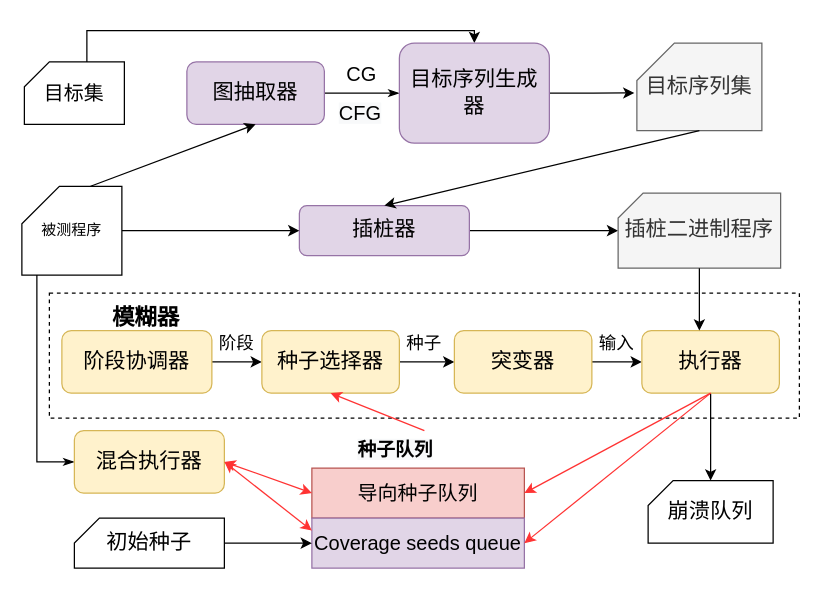
The draw.io diagram Untitled Diagram.drawio in cxlzff/cxlmall, before the edit. Source tidied: cells renumbered, new cells numbered last; positions are measured from the earlier drawing's top-left corner, leaving out a move shared by most shapes. Both pictures are drawn from the tidied source at 125%, with x=0, y=0 at pixel (21, 30).
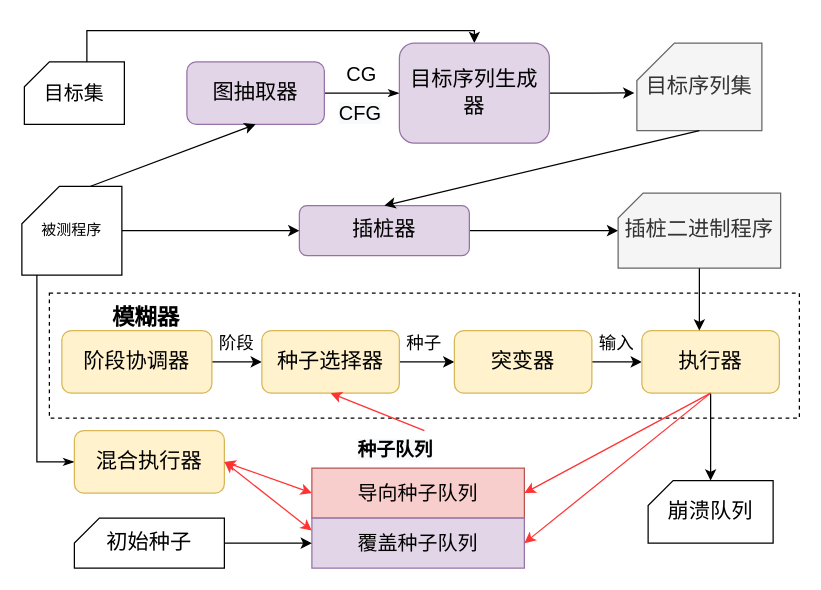
After the change.

Change to the diagram source:
```diff
@@
-    <mxCell id="31" value="&lt;span&gt;&lt;font style=&quot;font-size: 16px&quot;&gt;Coverage seeds queue&lt;/font&gt;&lt;/span&gt;" style="rounded=0;whiteSpace=wrap;html=1;fillColor=#e1d5e7;strokeColor=#9673a6;" parent="1" vertex="1">
+    <mxCell id="31" value="&lt;span&gt;&lt;font style=&quot;font-size: 16px&quot;&gt;覆盖种子队列&lt;/font&gt;&lt;/span&gt;" style="rounded=0;whiteSpace=wrap;html=1;fillColor=#e1d5e7;strokeColor=#9673a6;" parent="1" vertex="1">
       <mxGeometry x="232" y="390" width="170" height="40" as="geometry" />
     </mxCell>
```
